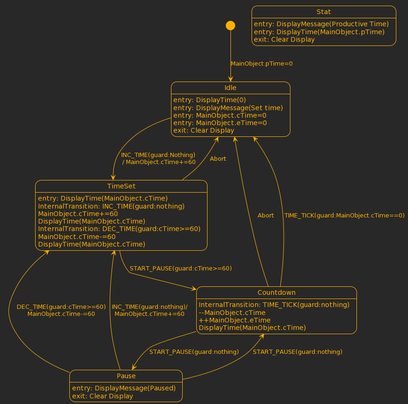
Before: Content/State.png, a diagram exported from PlantUML (irshad-js/State-Machine_Implementations). Its diagram source:
```plantuml
@startuml
State Idle
State TimeSet
State Pause
State Countdown
!theme crt-amber
[*] --> Idle :MainObject.pTime=0
Idle: entry: DisplayTime(0)
Idle: entry: DisplayMessage(Set time)
Idle: entry: MainObject.cTime=0
Idle: entry: MainObject.eTime=0
Idle: exit: Clear Display
Idle-->TimeSet : INC_TIME(guard:Nothing)\n / MainObject.cTime+=60
TimeSet: entry: DisplayTime(MainObject.cTime)
TimeSet: InternalTransition: INC_TIME(guard:nothing)\nMainObject.cTime+=60\nDisplayTime(MainObject.cTime)
TimeSet: InternalTransition: DEC_TIME(guard:cTime>=60)\nMainObject.cTime-=60\nDisplayTime(MainObject.cTime)
TimeSet-->Idle :Abort
TimeSet-->Countdown :START_PAUSE(guard:cTime>=60)
Pause-->Countdown :START_PAUSE(guard:nothing)
Countdown -->Pause:START_PAUSE(guard:nothing)
Countdown -->Idle: Abort
Countdown -->Idle: TIME_TICK(guard:MainObject.cTime==0)
Countdown:InternalTransition: TIME_TICK(guard:nothing)\n--MainObject.cTime\n++MainObject.eTime\nDisplayTime(MainObject.cTime)
Pause-->TimeSet :INC_TIME(guard:nothing)/\nMainObject.cTime+=60
Pause-->TimeSet :DEC_TIME(guard:cTime>=60)\nMainObject.cTime-=60
Pause: entry: DisplayMessage(Paused)
Pause: exit: Clear Display
Stat: entry: DisplayMessage(Productive Time)
Stat: entry: DisplayTime(MainObject.pTime)
Stat: exit: Clear Display
@enduml
```
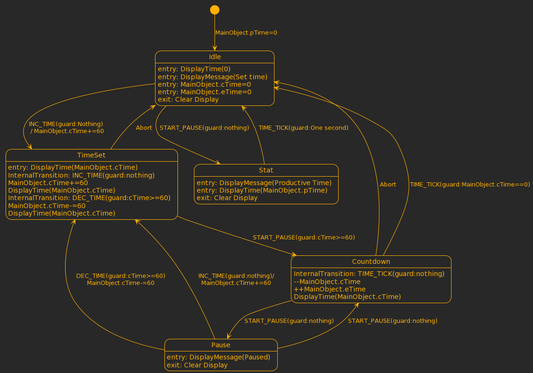
The same file after the commit.

Commit message:
State diagram modification

What changed in the source:
```diff
@@ -1,9 +1,9 @@
 @startuml
+!theme crt-amber
 State Idle
 State TimeSet
 State Pause
 State Countdown
-!theme crt-amber
 [*] --> Idle :MainObject.pTime=0
 Idle: entry: DisplayTime(0)
 Idle: entry: DisplayMessage(Set time)
@@ -25,6 +25,8 @@
 Pause-->TimeSet :DEC_TIME(guard:cTime>=60)\nMainObject.cTime-=60
 Pause: entry: DisplayMessage(Paused)
 Pause: exit: Clear Display
+Idle -->Stat :START_PAUSE(guard:nothing)
+Stat -->Idle :TIME_TICK(guard:One second)
 Stat: entry: DisplayMessage(Productive Time)
 Stat: entry: DisplayTime(MainObject.pTime)
 Stat: exit: Clear Display
```
